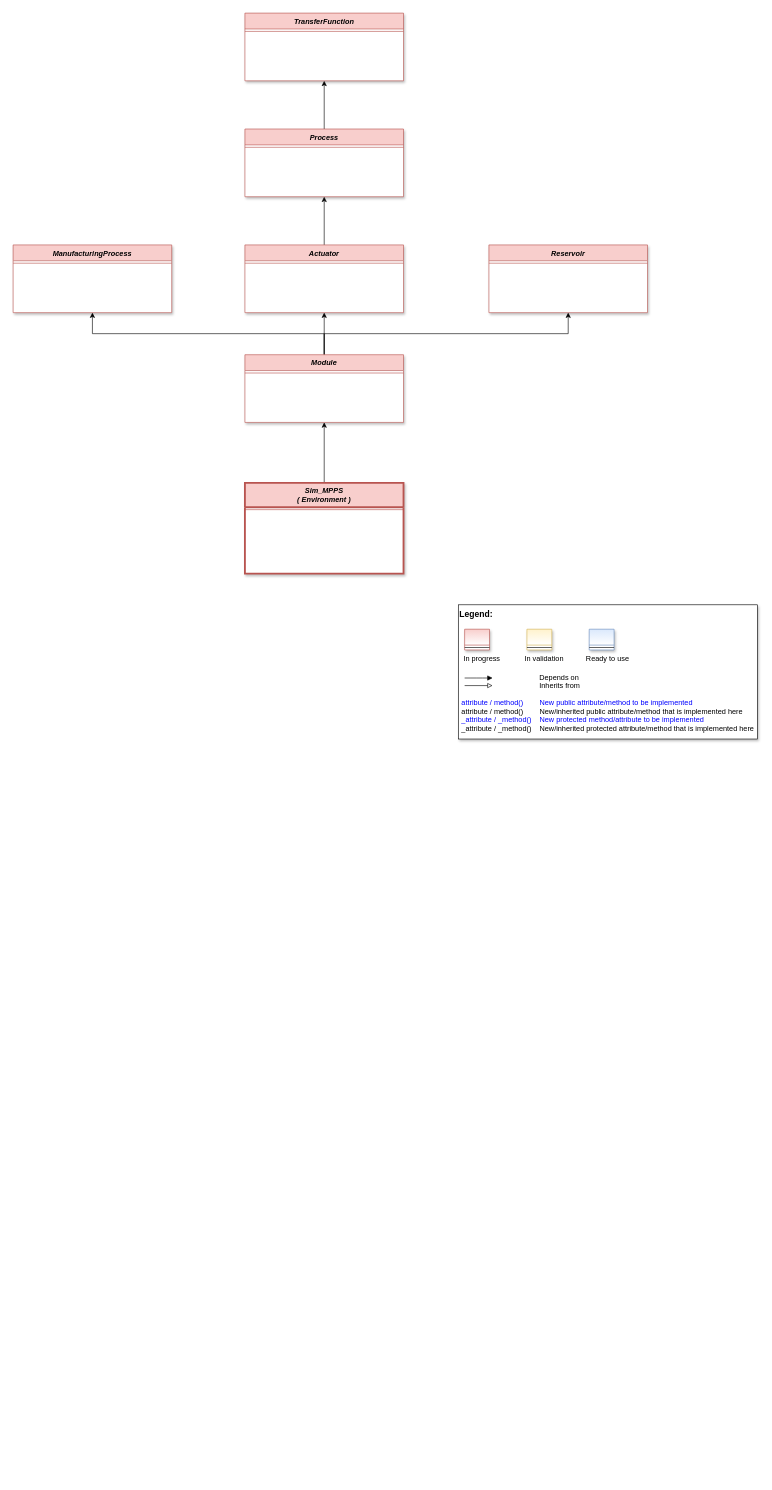
Above: src/mlpro/rl/pool/envs/sim_mpps/images/sim-mpps_class_diagram.drawio in fhswf/MLPro (draw.io), before the change. Source tidied: cells renumbered, new cells numbered last; positions are measured from the earlier drawing's top-left corner, leaving out a move shared by most shapes. Both pictures are drawn from the tidied source at 61%, with x=0, y=0 at pixel (13, 13).
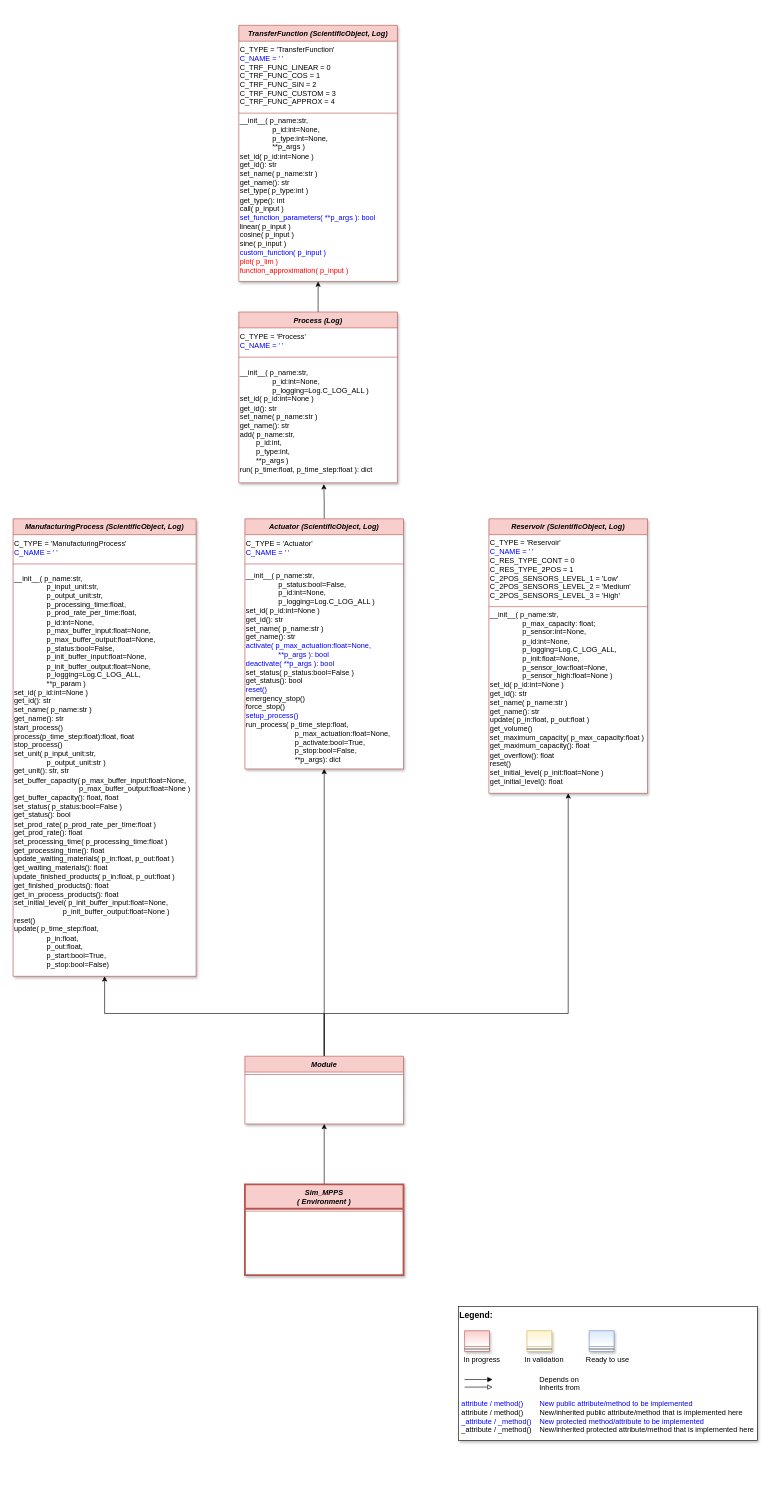
The same page after the edit.

Commit message (it also covers changes not shown here):
mpps: doctring manufacturing process + updated UML diagram

The edit, as a diff of the source:
```diff
@@
     <mxCell id="3" value="Sim_MPPS&#10;( Environment )" style="swimlane;fontStyle=3;align=center;verticalAlign=top;horizontal=1;startSize=40;rounded=0;shadow=1;strokeWidth=3;fillColor=#f8cecc;strokeColor=#b85450;swimlaneFillColor=#ffffff;" parent="1" vertex="1">
-      <mxGeometry x="380" y="770" width="260" height="149" as="geometry" />
+      <mxGeometry x="380" y="1920" width="260" height="149" as="geometry" />
     </mxCell>
@@
     <mxCell id="5" style="group;" parent="1" vertex="1">
-      <mxGeometry x="730" y="970" width="490" height="220" as="geometry" />
+      <mxGeometry x="730" y="2120" width="490" height="220" as="geometry" />
     </mxCell>
@@
     <mxCell id="16" style="edgeStyle=orthogonalEdgeStyle;rounded=0;jettySize=auto;html=1;exitX=0.5;exitY=0;exitDx=0;exitDy=0;entryX=0.5;entryY=1;entryDx=0;entryDy=0;" parent="1" edge="1" source="18" target="20">
-      <mxGeometry relative="1" as="geometry" />
+      <mxGeometry relative="1" as="geometry">
+        <Array as="points">
+          <mxPoint x="510" y="1640" />
+          <mxPoint x="910" y="1640" />
+        </Array>
+      </mxGeometry>
     </mxCell>
     <mxCell id="17" style="edgeStyle=orthogonalEdgeStyle;rounded=0;jettySize=auto;html=1;exitX=0.5;exitY=0;exitDx=0;exitDy=0;entryX=0.5;entryY=1;entryDx=0;entryDy=0;" parent="1" edge="1" source="18" target="25">
-      <mxGeometry relative="1" as="geometry" />
+      <mxGeometry relative="1" as="geometry">
+        <Array as="points">
+          <mxPoint x="510" y="1640" />
+          <mxPoint x="150" y="1640" />
+        </Array>
+      </mxGeometry>
     </mxCell>
     <mxCell id="18" value="Module" style="swimlane;fontStyle=3;align=center;verticalAlign=top;horizontal=1;startSize=26;rounded=0;shadow=1;strokeWidth=1;fillColor=#f8cecc;strokeColor=#b85450;swimlaneFillColor=#ffffff;" parent="1" vertex="1">
-      <mxGeometry x="380" y="560" width="260" height="111" as="geometry" />
+      <mxGeometry x="380" y="1710" width="260" height="111" as="geometry" />
     </mxCell>
@@
-    <mxCell id="20" value="Reservoir" style="swimlane;fontStyle=3;align=center;verticalAlign=top;horizontal=1;startSize=26;rounded=0;shadow=1;strokeWidth=1;fillColor=#f8cecc;strokeColor=#b85450;swimlaneFillColor=#ffffff;" parent="1" vertex="1">
-      <mxGeometry x="780" y="380" width="260" height="111" as="geometry" />
+    <mxCell id="20" value="Reservoir (ScientificObject, Log)" style="swimlane;fontStyle=3;align=center;verticalAlign=top;horizontal=1;startSize=26;rounded=0;shadow=1;strokeWidth=1;fillColor=#f8cecc;strokeColor=#b85450;swimlaneFillColor=#ffffff;" parent="1" vertex="1">
+      <mxGeometry x="780" y="829" width="260" height="450" as="geometry" />
     </mxCell>
+    <mxCell id="32" value="&lt;span style=&quot;&quot;&gt;C_TYPE = 'Reservoir'&lt;br&gt;&lt;font color=&quot;#0000ff&quot;&gt;C_NAME = ' '&lt;br&gt;&lt;/font&gt;C_RES_TYPE_CONT = 0&lt;br&gt;C_RES_TYPE_2POS = 1&lt;br&gt;C_2POS_SENSORS_LEVEL_1 = 'Low'&lt;/span&gt;&lt;br&gt;C_2POS_SENSORS_LEVEL_2 = 'Medium'&lt;br&gt;C_2POS_SENSORS_LEVEL_3 = 'High'&lt;span style=&quot;&quot;&gt;&lt;br&gt;&lt;/span&gt;" style="text;html=1;strokeColor=none;fillColor=none;align=left;verticalAlign=middle;whiteSpace=wrap;rounded=0;" parent="20" vertex="1">
+      <mxGeometry y="26" width="260" height="114" as="geometry" />
+    </mxCell>
     <mxCell id="21" style="line;html=1;strokeWidth=1;align=left;verticalAlign=middle;spacingTop=-1;spacingLeft=3;spacingRight=3;labelPosition=right;fillColor=#f8cecc;strokeColor=#b85450;" parent="20" vertex="1">
-      <mxGeometry y="26" width="260" height="8" as="geometry" />
+      <mxGeometry y="140" width="260" height="8" as="geometry" />
     </mxCell>
-    <mxCell id="22" style="edgeStyle=orthogonalEdgeStyle;rounded=0;jettySize=auto;html=1;exitX=0.5;exitY=0;exitDx=0;exitDy=0;entryX=0.5;entryY=1;entryDx=0;entryDy=0;" parent="1" edge="1" source="23" target="28">
-      <mxGeometry relative="1" as="geometry" />
-    </mxCell>
+    <mxCell id="33" value="__init__( p_name:str,&lt;br&gt;&lt;span style=&quot;white-space: pre;&quot;&gt;&#9;&lt;/span&gt;&lt;span style=&quot;white-space: pre;&quot;&gt;&#9;&lt;/span&gt;p_max_capacity: float;&lt;br&gt;&lt;span style=&quot;white-space: pre;&quot;&gt;&#9;&lt;/span&gt;&lt;span style=&quot;white-space: pre;&quot;&gt;&#9;&lt;/span&gt;p_sensor:int=None,&lt;br&gt;&lt;span style=&quot;white-space: pre;&quot;&gt;&#9;&lt;/span&gt;&lt;span style=&quot;white-space: pre;&quot;&gt;&#9;&lt;/span&gt;p_id:int=None,&lt;br&gt;&lt;span style=&quot;white-space: pre;&quot;&gt;&#9;&lt;/span&gt;&lt;span style=&quot;white-space: pre;&quot;&gt;&#9;&lt;/span&gt;p_logging=Log.C_LOG_ALL,&lt;br&gt;&lt;span style=&quot;white-space: pre;&quot;&gt;&#9;&lt;/span&gt;&lt;span style=&quot;white-space: pre;&quot;&gt;&#9;&lt;/span&gt;p_init:float=None,&lt;br&gt;&lt;span style=&quot;white-space: pre;&quot;&gt;&#9;&lt;/span&gt;&lt;span style=&quot;white-space: pre;&quot;&gt;&#9;&lt;/span&gt;p_sensor_low:float=None,&lt;br&gt;&lt;span style=&quot;white-space: pre;&quot;&gt;&#9;&lt;/span&gt;&lt;span style=&quot;white-space: pre;&quot;&gt;&#9;&lt;/span&gt;p_sensor_high:float=None&amp;nbsp;)&lt;br&gt;set_id( p_id:int=None )&lt;br&gt;get_id(): str&lt;br&gt;set_name( p_name:str )&lt;br&gt;get_name(): str&lt;br&gt;update( p_in:float, p_out:float )&lt;br&gt;get_volume()&lt;br&gt;set_maximum_capacity( p_max_capacity:float )&lt;br&gt;get_maximum_capacity(): float&lt;br&gt;get_overflow(): float&lt;br&gt;reset()&lt;br&gt;set_initial_level( p_init:float=None )&lt;br&gt;get_initial_level(): float&lt;br&gt;" style="text;html=1;strokeColor=none;fillColor=none;align=left;verticalAlign=middle;whiteSpace=wrap;rounded=0;" parent="20" vertex="1">
+      <mxGeometry y="148" width="260" height="292" as="geometry" />
+    </mxCell>
+    <mxCell id="34" style="edgeStyle=orthogonalEdgeStyle;rounded=0;jettySize=auto;html=1;exitX=0.5;exitY=0;exitDx=0;exitDy=0;entryX=0.536;entryY=1.011;entryDx=0;entryDy=0;entryPerimeter=0;fontColor=#0000FF;" parent="1" edge="1" source="23" target="40">
+      <mxGeometry relative="1" as="geometry" />
+    </mxCell>
-    <mxCell id="23" value="Actuator" style="swimlane;fontStyle=3;align=center;verticalAlign=top;horizontal=1;startSize=26;rounded=0;shadow=1;strokeWidth=1;fillColor=#f8cecc;strokeColor=#b85450;swimlaneFillColor=#ffffff;" parent="1" vertex="1">
-      <mxGeometry x="380" y="380" width="260" height="111" as="geometry" />
+    <mxCell id="23" value="Actuator (ScientificObject, Log)" style="swimlane;fontStyle=3;align=center;verticalAlign=top;horizontal=1;startSize=26;rounded=0;shadow=1;strokeWidth=1;fillColor=#f8cecc;strokeColor=#b85450;swimlaneFillColor=#ffffff;" parent="1" vertex="1">
+      <mxGeometry x="380" y="829" width="260" height="410" as="geometry" />
     </mxCell>
+    <mxCell id="35" value="&lt;span style=&quot;&quot;&gt;C_TYPE = 'Actuator'&lt;br&gt;&lt;font color=&quot;#0000ff&quot;&gt;C_NAME = ' '&lt;/font&gt;&lt;br&gt;&lt;/span&gt;" style="text;html=1;strokeColor=none;fillColor=none;align=left;verticalAlign=middle;whiteSpace=wrap;rounded=0;" parent="23" vertex="1">
+      <mxGeometry y="26" width="260" height="44" as="geometry" />
+    </mxCell>
     <mxCell id="24" style="line;html=1;strokeWidth=1;align=left;verticalAlign=middle;spacingTop=-1;spacingLeft=3;spacingRight=3;labelPosition=right;fillColor=#f8cecc;strokeColor=#b85450;" parent="23" vertex="1">
-      <mxGeometry y="26" width="260" height="8" as="geometry" />
+      <mxGeometry y="70" width="260" height="8" as="geometry" />
     </mxCell>
+    <mxCell id="36" value="__init__( p_name:str,&lt;br&gt;&lt;span style=&quot;&quot;&gt;&#9;&lt;/span&gt;&lt;span style=&quot;&quot;&gt;&#9;&lt;/span&gt;&lt;span style=&quot;white-space: pre;&quot;&gt;&#9;&lt;/span&gt;&lt;span style=&quot;white-space: pre;&quot;&gt;&#9;&lt;/span&gt;p_status:bool=False,&lt;br&gt;&lt;span style=&quot;white-space: pre;&quot;&gt;&#9;&lt;/span&gt;&lt;span style=&quot;white-space: pre;&quot;&gt;&#9;&lt;/span&gt;p_id:int=None,&lt;br&gt;&lt;span style=&quot;white-space: pre;&quot;&gt;&#9;&lt;/span&gt;&lt;span style=&quot;white-space: pre;&quot;&gt;&#9;&lt;/span&gt;p_logging=Log.C_LOG_ALL )&lt;br&gt;set_id( p_id:int=None )&lt;br&gt;get_id(): str&lt;br&gt;set_name( p_name:str )&lt;br&gt;get_name(): str&lt;br&gt;&lt;font color=&quot;#0000ff&quot;&gt;activate( p_max_actuation:float=None,&lt;br&gt;&lt;span style=&quot;white-space: pre;&quot;&gt;&#9;&lt;/span&gt;&lt;span style=&quot;white-space: pre;&quot;&gt;&#9;&lt;/span&gt;**p_args ): bool&lt;br&gt;deactivate( **p_args ): bool&lt;/font&gt;&lt;br&gt;set_status( p_status:bool=False )&lt;br&gt;get_status(): bool&lt;br&gt;&lt;font color=&quot;#0000ff&quot;&gt;reset()&lt;/font&gt;&lt;br&gt;emergency_stop()&lt;br&gt;force_stop()&lt;br&gt;&lt;font color=&quot;#0000ff&quot;&gt;setup_process()&lt;/font&gt;&lt;br&gt;run_process( p_time_step:float,&lt;br&gt;&lt;span style=&quot;white-space: pre;&quot;&gt;&#9;&lt;/span&gt;&lt;span style=&quot;white-space: pre;&quot;&gt;&#9;&lt;/span&gt;&lt;span style=&quot;white-space: pre;&quot;&gt;&#9;&lt;/span&gt;p_max_actuation:float=None,&lt;br&gt;&lt;span style=&quot;white-space: pre;&quot;&gt;&#9;&lt;/span&gt;&lt;span style=&quot;white-space: pre;&quot;&gt;&#9;&lt;/span&gt;&lt;span style=&quot;white-space: pre;&quot;&gt;&#9;&lt;/span&gt;p_activate:bool=True,&lt;br&gt;&lt;span style=&quot;white-space: pre;&quot;&gt;&#9;&lt;/span&gt;&lt;span style=&quot;white-space: pre;&quot;&gt;&#9;&lt;/span&gt;&lt;span style=&quot;white-space: pre;&quot;&gt;&#9;&lt;/span&gt;p_stop:bool=False,&lt;br&gt;&lt;span style=&quot;white-space: pre;&quot;&gt;&#9;&lt;/span&gt;&lt;span style=&quot;white-space: pre;&quot;&gt;&#9;&lt;/span&gt;&lt;span style=&quot;white-space: pre;&quot;&gt;&#9;&lt;/span&gt;**p_args): dict" style="text;html=1;strokeColor=none;fillColor=none;align=left;verticalAlign=middle;whiteSpace=wrap;rounded=0;" parent="23" vertex="1">
+      <mxGeometry y="78" width="260" height="332" as="geometry" />
+    </mxCell>
-    <mxCell id="25" value="ManufacturingProcess" style="swimlane;fontStyle=3;align=center;verticalAlign=top;horizontal=1;startSize=26;rounded=0;shadow=1;strokeWidth=1;fillColor=#f8cecc;strokeColor=#b85450;swimlaneFillColor=#ffffff;" parent="1" vertex="1">
-      <mxGeometry y="380" width="260" height="111" as="geometry" />
+    <mxCell id="25" value="ManufacturingProcess (ScientificObject, Log)" style="swimlane;fontStyle=3;align=center;verticalAlign=top;horizontal=1;startSize=26;rounded=0;shadow=1;strokeWidth=1;fillColor=#f8cecc;strokeColor=#b85450;swimlaneFillColor=#ffffff;" parent="1" vertex="1">
+      <mxGeometry y="829" width="300" height="750" as="geometry" />
     </mxCell>
+    <mxCell id="37" value="&lt;span style=&quot;&quot;&gt;C_TYPE = 'ManufacturingProcess'&lt;br&gt;&lt;font color=&quot;#0000ff&quot;&gt;C_NAME = ' '&lt;/font&gt;&lt;br&gt;&lt;/span&gt;" style="text;html=1;strokeColor=none;fillColor=none;align=left;verticalAlign=middle;whiteSpace=wrap;rounded=0;" parent="25" vertex="1">
+      <mxGeometry y="26" width="300" height="44" as="geometry" />
+    </mxCell>
     <mxCell id="26" style="line;html=1;strokeWidth=1;align=left;verticalAlign=middle;spacingTop=-1;spacingLeft=3;spacingRight=3;labelPosition=right;fillColor=#f8cecc;strokeColor=#b85450;" parent="25" vertex="1">
-      <mxGeometry y="26" width="260" height="8" as="geometry" />
+      <mxGeometry y="70" width="300" height="8" as="geometry" />
     </mxCell>
+    <mxCell id="38" value="__init__( p_name:str,&lt;br&gt;&lt;span style=&quot;white-space: pre;&quot;&gt;&#9;&lt;/span&gt;&lt;span style=&quot;white-space: pre;&quot;&gt;&#9;&lt;/span&gt;p_input_unit:str,&lt;br&gt;&lt;span style=&quot;white-space: pre;&quot;&gt;&#9;&lt;/span&gt;&lt;span style=&quot;white-space: pre;&quot;&gt;&#9;&lt;/span&gt;p_output_unit:str,&lt;br&gt;&lt;span style=&quot;white-space: pre;&quot;&gt;&#9;&lt;/span&gt;&lt;span style=&quot;white-space: pre;&quot;&gt;&#9;&lt;/span&gt;p_processing_time:float,&lt;br&gt;&lt;span style=&quot;white-space: pre;&quot;&gt;&#9;&lt;/span&gt;&lt;span style=&quot;white-space: pre;&quot;&gt;&#9;&lt;/span&gt;p_prod_rate_per_time:float,&lt;br&gt;&lt;span style=&quot;white-space: pre;&quot;&gt;&#9;&lt;/span&gt;&lt;span style=&quot;white-space: pre;&quot;&gt;&#9;&lt;/span&gt;p_id:int=None,&lt;br&gt;&lt;span style=&quot;white-space: pre;&quot;&gt;&#9;&lt;/span&gt;&lt;span style=&quot;white-space: pre;&quot;&gt;&#9;&lt;/span&gt;p_max_buffer_input:float=None,&lt;br&gt;&lt;span style=&quot;white-space: pre;&quot;&gt;&#9;&lt;/span&gt;&lt;span style=&quot;white-space: pre;&quot;&gt;&#9;&lt;/span&gt;p_max_buffer_output:float=None,&lt;br&gt;&lt;span style=&quot;white-space: pre;&quot;&gt;&#9;&lt;/span&gt;&lt;span style=&quot;white-space: pre;&quot;&gt;&#9;&lt;/span&gt;p_status:bool=False,&lt;br&gt;&lt;span style=&quot;white-space: pre;&quot;&gt;&#9;&lt;/span&gt;&lt;span style=&quot;white-space: pre;&quot;&gt;&#9;&lt;/span&gt;p_init_buffer_input:float=None,&lt;br&gt;&lt;span style=&quot;white-space: pre;&quot;&gt;&#9;&lt;/span&gt;&lt;span style=&quot;white-space: pre;&quot;&gt;&#9;&lt;/span&gt;p_init_buffer_output:float=None,&lt;br&gt;&lt;span style=&quot;white-space: pre;&quot;&gt;&#9;&lt;/span&gt;&lt;span style=&quot;white-space: pre;&quot;&gt;&#9;&lt;/span&gt;p_logging=Log.C_LOG_ALL,&lt;br&gt;&lt;span style=&quot;white-space: pre;&quot;&gt;&#9;&lt;/span&gt;&lt;span style=&quot;white-space: pre;&quot;&gt;&#9;&lt;/span&gt;**p_param&amp;nbsp;)&lt;br&gt;set_id( p_id:int=None )&lt;br&gt;get_id(): str&lt;br&gt;set_name( p_name:str )&lt;br&gt;get_name(): str&lt;br&gt;start_process()&lt;br&gt;process(p_time_step:float):float, float&lt;br&gt;stop_process()&lt;br&gt;set_unit( p_input_unit:str,&lt;br&gt;&lt;span style=&quot;white-space: pre;&quot;&gt;&#9;&lt;/span&gt;&lt;span style=&quot;white-space: pre;&quot;&gt;&#9;&lt;/span&gt;p_output_unit:str )&lt;br&gt;get_unit(): str, str&lt;br&gt;set_buffer_capacity( p_max_buffer_input:float=None,&lt;br&gt;&lt;span style=&quot;white-space: pre;&quot;&gt;&#9;&lt;/span&gt;&lt;span style=&quot;white-space: pre;&quot;&gt;&#9;&lt;/span&gt;&lt;span style=&quot;white-space: pre;&quot;&gt;&#9;&lt;/span&gt;&lt;span style=&quot;white-space: pre;&quot;&gt;&#9;&lt;/span&gt;p_max_buffer_output:float=None )&lt;br&gt;get_buffer_capacity(): float, float&lt;br&gt;set_status( p_status:bool=False )&lt;br&gt;get_status(): bool&lt;br&gt;set_prod_rate( p_prod_rate_per_time:float )&lt;br&gt;get_prod_rate(): float&lt;br&gt;set_processing_time( p_processing_time:float )&lt;br&gt;get_processing_time(): float&lt;br&gt;update_waiting_materials( p_in:float, p_out:float )&lt;br&gt;get_waiting_materials(): float&lt;br&gt;update_finished_products( p_in:float, p_out:float )&lt;br&gt;get_finished_products(): float&lt;br&gt;get_in_process_products(): float&lt;br&gt;set_initial_level( p_init_buffer_input:float=None,&lt;br&gt;&lt;span style=&quot;white-space: pre;&quot;&gt;&#9;&lt;/span&gt;&lt;span style=&quot;white-space: pre;&quot;&gt;&#9;&lt;/span&gt;&lt;span style=&quot;white-space: pre;&quot;&gt;&#9;&lt;/span&gt;p_init_buffer_output:float=None )&lt;br&gt;reset()&lt;br&gt;update( p_time_step:float,&lt;br&gt;&lt;span style=&quot;white-space: pre;&quot;&gt;&#9;&lt;/span&gt;&lt;span style=&quot;white-space: pre;&quot;&gt;&#9;&lt;/span&gt;p_in:float,&lt;br&gt;&lt;span style=&quot;white-space: pre;&quot;&gt;&#9;&lt;/span&gt;&lt;span style=&quot;white-space: pre;&quot;&gt;&#9;&lt;/span&gt;p_out:float,&lt;br&gt;&lt;span style=&quot;white-space: pre;&quot;&gt;&#9;&lt;/span&gt;&lt;span style=&quot;white-space: pre;&quot;&gt;&#9;&lt;/span&gt;p_start:bool=True,&lt;br&gt;&lt;span style=&quot;white-space: pre;&quot;&gt;&#9;&lt;/span&gt;&lt;span style=&quot;white-space: pre;&quot;&gt;&#9;&lt;/span&gt;p_stop:bool=False)&lt;br&gt;" style="text;html=1;strokeColor=none;fillColor=none;align=left;verticalAlign=middle;whiteSpace=wrap;rounded=0;" parent="25" vertex="1">
+      <mxGeometry y="78" width="300" height="672" as="geometry" />
+    </mxCell>
@@
-    <mxCell id="28" value="Process" style="swimlane;fontStyle=3;align=center;verticalAlign=top;horizontal=1;startSize=26;rounded=0;shadow=1;strokeWidth=1;fillColor=#f8cecc;strokeColor=#b85450;swimlaneFillColor=#ffffff;" parent="1" vertex="1">
-      <mxGeometry x="380" y="190" width="260" height="111" as="geometry" />
+    <mxCell id="28" value="Process (Log)" style="swimlane;fontStyle=3;align=center;verticalAlign=top;horizontal=1;startSize=26;rounded=0;shadow=1;strokeWidth=1;fillColor=#f8cecc;strokeColor=#b85450;swimlaneFillColor=#ffffff;" parent="1" vertex="1">
+      <mxGeometry x="370" y="490" width="260" height="280" as="geometry" />
     </mxCell>
+    <mxCell id="39" value="&lt;span style=&quot;&quot;&gt;C_TYPE = 'Process'&lt;br&gt;&lt;font color=&quot;#0000ff&quot;&gt;C_NAME = ' '&lt;/font&gt;&lt;br&gt;&lt;/span&gt;" style="text;html=1;strokeColor=none;fillColor=none;align=left;verticalAlign=middle;whiteSpace=wrap;rounded=0;" parent="28" vertex="1">
+      <mxGeometry y="26" width="260" height="44" as="geometry" />
+    </mxCell>
     <mxCell id="29" style="line;html=1;strokeWidth=1;align=left;verticalAlign=middle;spacingTop=-1;spacingLeft=3;spacingRight=3;labelPosition=right;fillColor=#f8cecc;strokeColor=#b85450;" parent="28" vertex="1">
-      <mxGeometry y="26" width="260" height="8" as="geometry" />
+      <mxGeometry y="70" width="260" height="8" as="geometry" />
     </mxCell>
+    <mxCell id="40" value="__init__( p_name:str,&lt;br&gt;&lt;span style=&quot;white-space: pre;&quot;&gt;&#9;&lt;/span&gt;&lt;span style=&quot;white-space: pre;&quot;&gt;&#9;&lt;/span&gt;p_id:int=None,&lt;br&gt;&lt;span style=&quot;white-space: pre;&quot;&gt;&#9;&lt;/span&gt;&lt;span style=&quot;white-space: pre;&quot;&gt;&#9;&lt;/span&gt;p_logging=Log.C_LOG_ALL )&lt;br&gt;set_id( p_id:int=None )&lt;br&gt;get_id(): str&lt;br&gt;set_name( p_name:str )&lt;br&gt;get_name(): str&lt;br&gt;add( p_name:str,&lt;br&gt;&lt;span style=&quot;white-space: pre;&quot;&gt;&#9;&lt;/span&gt;p_id:int,&lt;br&gt;&lt;span style=&quot;white-space: pre;&quot;&gt;&#9;&lt;/span&gt;p_type:int,&lt;br&gt;&lt;span style=&quot;white-space: pre;&quot;&gt;&#9;&lt;/span&gt;**p_args )&lt;br&gt;run( p_time:float, p_time_step:float ): dict" style="text;html=1;strokeColor=none;fillColor=none;align=left;verticalAlign=middle;whiteSpace=wrap;rounded=0;" parent="28" vertex="1">
+      <mxGeometry y="78" width="260" height="202" as="geometry" />
+    </mxCell>
-    <mxCell id="30" value="TransferFunction" style="swimlane;fontStyle=3;align=center;verticalAlign=top;horizontal=1;startSize=26;rounded=0;shadow=1;strokeWidth=1;fillColor=#f8cecc;strokeColor=#b85450;swimlaneFillColor=#ffffff;" parent="1" vertex="1">
-      <mxGeometry x="380" width="260" height="111" as="geometry" />
+    <mxCell id="30" value="TransferFunction (ScientificObject, Log)" style="swimlane;fontStyle=3;align=center;verticalAlign=top;horizontal=1;startSize=26;rounded=0;shadow=1;strokeWidth=1;fillColor=#f8cecc;strokeColor=#b85450;swimlaneFillColor=#ffffff;" parent="1" vertex="1">
+      <mxGeometry x="370" y="20" width="260" height="420" as="geometry" />
     </mxCell>
+    <mxCell id="41" value="&lt;span style=&quot;&quot;&gt;C_TYPE = 'TransferFunction'&lt;br&gt;&lt;font color=&quot;#0000ff&quot;&gt;C_NAME = ' '&lt;br&gt;&lt;/font&gt;&lt;/span&gt;&lt;span style=&quot;&quot;&gt;C_TRF_FUNC_LINEAR = 0&lt;/span&gt;&lt;font color=&quot;#0000ff&quot;&gt;&lt;br&gt;&lt;/font&gt;C_TRF_FUNC_COS = 1&lt;font color=&quot;#0000ff&quot;&gt;&lt;br&gt;&lt;/font&gt;C_TRF_FUNC_SIN = 2&lt;font color=&quot;#0000ff&quot;&gt;&lt;br&gt;&lt;/font&gt;C_TRF_FUNC_CUSTOM = 3&lt;font color=&quot;#0000ff&quot;&gt;&lt;br&gt;&lt;/font&gt;C_TRF_FUNC_APPROX = 4&lt;span style=&quot;&quot;&gt;&lt;br&gt;&lt;/span&gt;" style="text;html=1;strokeColor=none;fillColor=none;align=left;verticalAlign=middle;whiteSpace=wrap;rounded=0;" parent="30" vertex="1">
+      <mxGeometry y="26" width="260" height="114" as="geometry" />
+    </mxCell>
     <mxCell id="31" style="line;html=1;strokeWidth=1;align=left;verticalAlign=middle;spacingTop=-1;spacingLeft=3;spacingRight=3;labelPosition=right;fillColor=#f8cecc;strokeColor=#b85450;" parent="30" vertex="1">
-      <mxGeometry y="26" width="260" height="8" as="geometry" />
+      <mxGeometry y="140" width="260" height="8" as="geometry" />
     </mxCell>
+    <mxCell id="42" value="__init__( p_name:str,&lt;br&gt;&lt;span style=&quot;white-space: pre;&quot;&gt;&#9;&lt;/span&gt;&lt;span style=&quot;white-space: pre;&quot;&gt;&#9;&lt;/span&gt;p_id:int=None,&lt;br&gt;&lt;span style=&quot;white-space: pre;&quot;&gt;&#9;&lt;/span&gt;&lt;span style=&quot;white-space: pre;&quot;&gt;&#9;&lt;/span&gt;p_type:int=None,&lt;br&gt;&lt;span style=&quot;white-space: pre;&quot;&gt;&#9;&lt;/span&gt;&lt;span style=&quot;white-space: pre;&quot;&gt;&#9;&lt;/span&gt;**p_args&amp;nbsp;)&lt;br&gt;set_id( p_id:int=None )&lt;br&gt;get_id(): str&lt;br&gt;set_name( p_name:str )&lt;br&gt;get_name(): str&lt;br&gt;set_type( p_type:int )&lt;br&gt;get_type(): int&lt;br&gt;call( p_input )&lt;br&gt;&lt;font color=&quot;#0000ff&quot;&gt;set_function_parameters( **p_args ): bool&lt;/font&gt;&lt;br&gt;linear( p_input )&lt;br&gt;cosine( p_input )&lt;br&gt;sine( p_input )&lt;br&gt;&lt;font color=&quot;#0000ff&quot;&gt;custom_function( p_input )&lt;/font&gt;&lt;br&gt;&lt;font color=&quot;#ff0000&quot;&gt;plot( p_lim )&lt;br&gt;function_approximation( p_input )&lt;/font&gt;" style="text;html=1;strokeColor=none;fillColor=none;align=left;verticalAlign=middle;whiteSpace=wrap;rounded=0;" parent="30" vertex="1">
+      <mxGeometry y="148" width="260" height="262" as="geometry" />
+    </mxCell>
```
